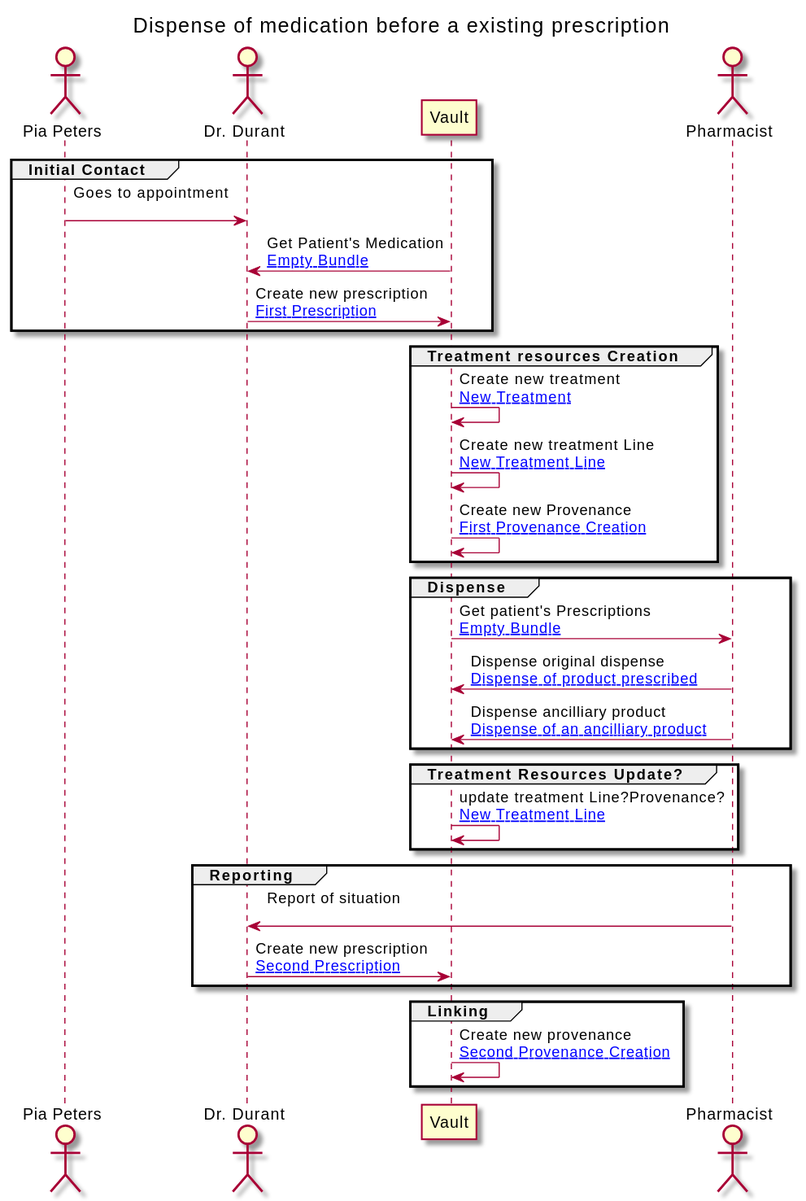
Earlier version of the PlantUML export branches/master/ExampleScenario-example-3-scenario.svg (jcostateixeira/riziv-medication-record).
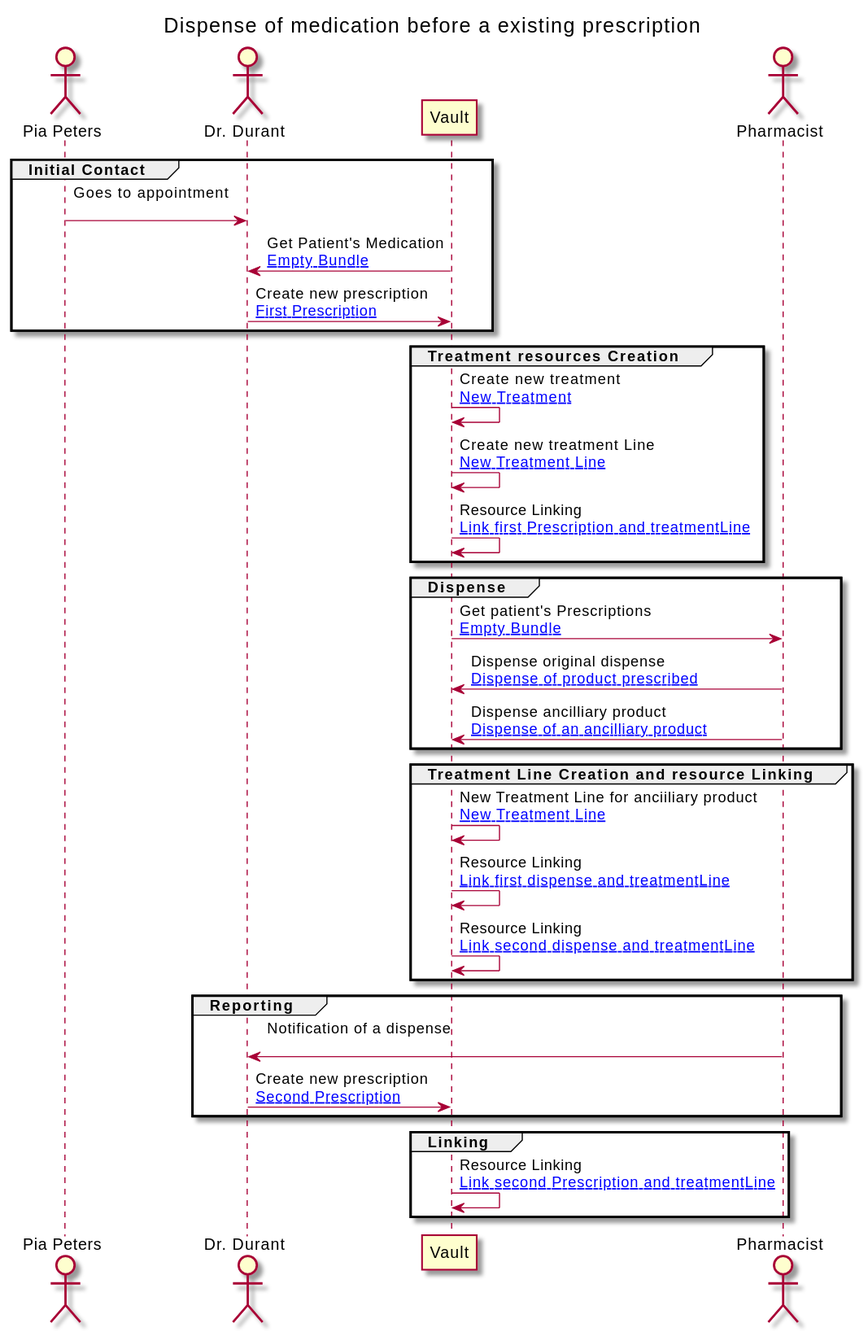
Later version of the same file.

Diff of the diagram source:
```diff
@@ -24,7 +24,7 @@
 
 VAULT -> VAULT : Create new treatment\n[[ExampleScenario-example-3-scenario-resources.html#3-treatment New Treatment]]
 VAULT -> VAULT : Create new treatment Line\n[[ExampleScenario-example-3-scenario-resources.html#3-treatmentLine New Treatment Line]]
-VAULT -> VAULT : Create new Provenance\n[[ExampleScenario-example-3-scenario-resources.html#3-provenance First Provenance Creation]]
+VAULT -> VAULT : Resource Linking\n[[ExampleScenario-example-3-scenario-resources.html#3-1-provenance Link first Prescription and treatmentLine]]
 end
 
 group Dispense
@@ -34,20 +34,22 @@
 PHARM -> VAULT : Dispense ancilliary product\n[[ExampleScenario-example-3-scenario-resources.html#3-2-dispense Dispense of an ancilliary product]]
 end
 
-group Treatment Resources Update?
+group Treatment Line Creation and resource Linking
 
-VAULT -> VAULT : update treatment Line?Provenance?\n[[ExampleScenario-example-3-scenario-resources.html#3-treatmentLine New Treatment Line]]
+VAULT -> VAULT : New Treatment Line for anciiliary product\n[[ExampleScenario-example-3-scenario-resources.html#3-treatmentLine New Treatment Line]]
+VAULT -> VAULT : Resource Linking\n[[ExampleScenario-example-3-scenario-resources.html#3-2-provenance Link first dispense and treatmentLine]]
+VAULT -> VAULT : Resource Linking\n[[ExampleScenario-example-3-scenario-resources.html#3-3-provenance Link second dispense and treatmentLine]]
 end
 
 group Reporting
 
-PHARM -> GP : Report of situation\n
+PHARM -> GP : Notification of a dispense\n
 GP -> VAULT : Create new prescription\n[[ExampleScenario-example-3-scenario-resources.html#3-2-prescription Second Prescription]]
 end
 
 group Linking
 
-VAULT -> VAULT : Create new provenance\n[[ExampleScenario-example-3-scenario-resources.html#3-2-provenance Second Provenance Creation]]
+VAULT -> VAULT : Resource Linking\n[[ExampleScenario-example-3-scenario-resources.html#3-4-provenance Link second Prescription and treatmentLine]]
 end
 
 
```
